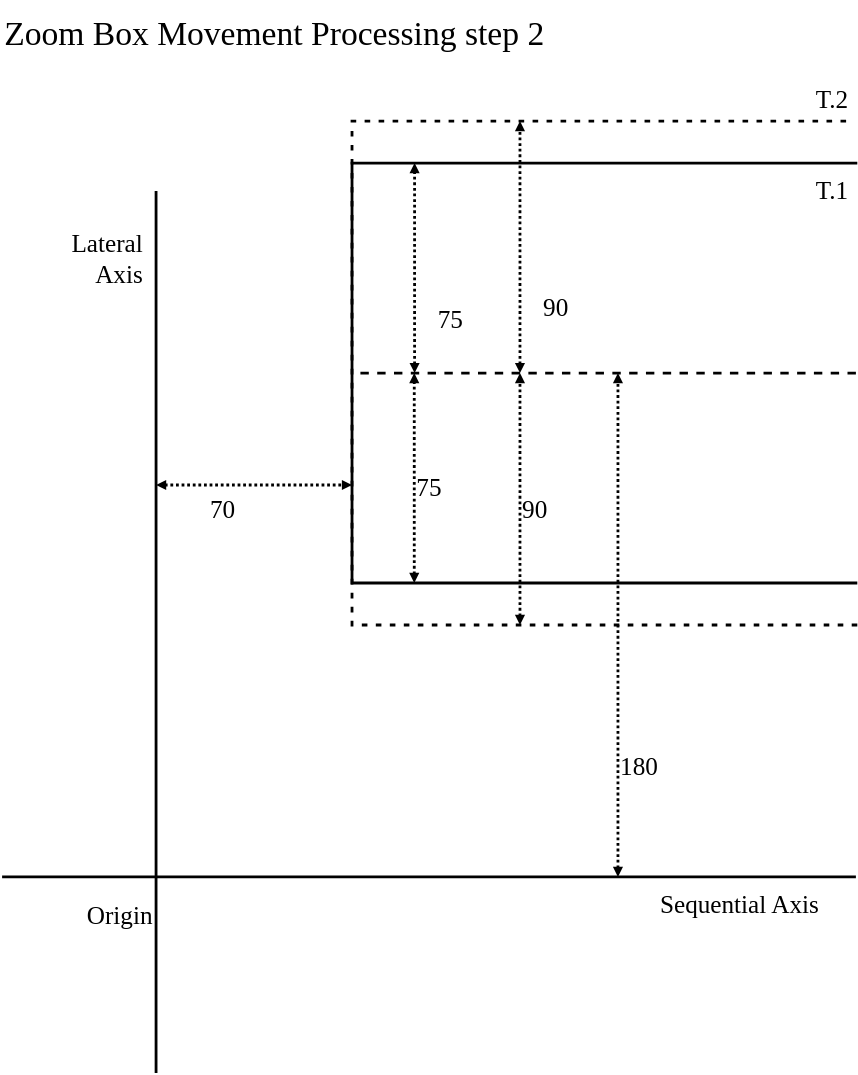
The draw.io diagram documents/Specification/07ZoomBoxMovement/MoveProcessing02.svg in dasher-project/dasher-web, before a commit. Source tidied: cells renumbered, new cells last; positions are measured from the earlier drawing's top-left corner, leaving out a move shared by most shapes.
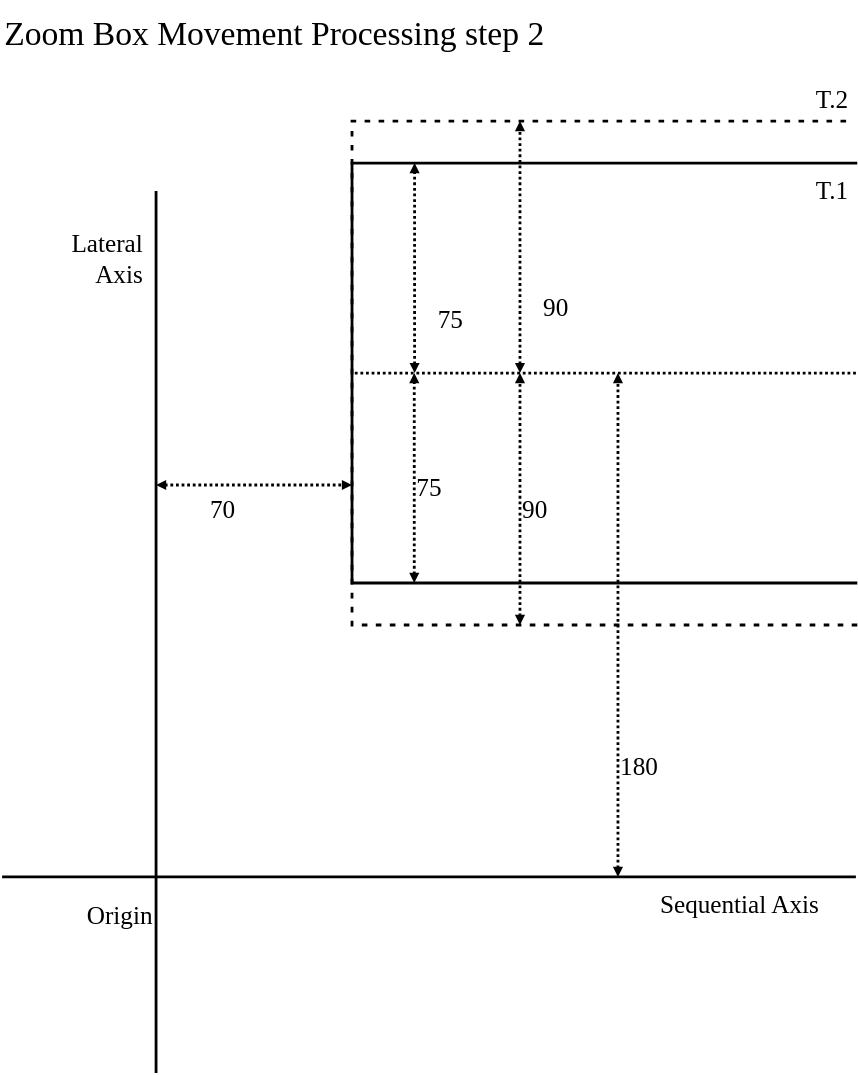
After the commit.

Change to the diagram source:
```diff
@@ -39,7 +39,7 @@
         <mxPoint x="294.5" y="265" as="targetPoint" />
       </mxGeometry>
     </mxCell>
-    <mxCell id="10" style="endArrow=none;html=1;fontSize=18;strokeWidth=2;endFill=0;endSize=10;labelBackgroundColor=none;spacingTop=-55;align=left;rounded=0;elbow=vertical;fontFamily=Verdana;startArrow=none;startFill=0;dashed=1;entryX=0;entryY=0.5;entryDx=0;entryDy=0;exitX=1;exitY=0.5;exitDx=0;exitDy=0;" parent="1" edge="1" source="3" target="3">
+    <mxCell id="10" style="endArrow=none;html=1;fontSize=18;strokeWidth=2;endFill=0;endSize=10;labelBackgroundColor=none;spacingTop=-55;align=left;rounded=0;elbow=vertical;fontFamily=Verdana;startArrow=none;startFill=0;dashed=1;entryX=0;entryY=0.5;entryDx=0;entryDy=0;exitX=1;exitY=0.5;exitDx=0;exitDy=0;dashPattern=1 1;" parent="1" edge="1" source="3" target="3">
       <mxGeometry relative="1" as="geometry" />
     </mxCell>
     <mxCell id="11" value="75" style="endArrow=block;fontSize=18;strokeWidth=2;endFill=1;endSize=2;labelBackgroundColor=none;spacingTop=0;align=left;rounded=0;elbow=vertical;fontFamily=Verdana;startArrow=block;startFill=1;startSize=2;verticalAlign=middle;dashed=1;dashPattern=1 1;" parent="1" edge="1">
```
